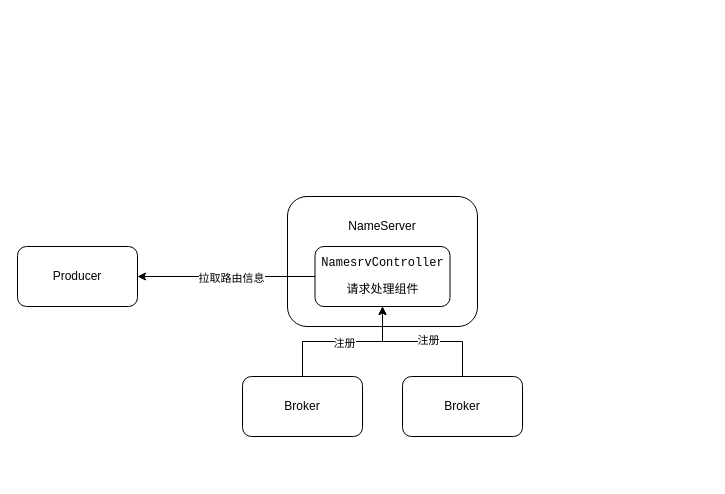
erlieStar/diagrams keeps this draw.io diagram as rocketmq/nameserver的作用.drawio. Above is the earlier version. Source tidied: cells renumbered, new cells numbered last; positions are measured from the earlier drawing's top-left corner, leaving out a move shared by most shapes. Both pictures are drawn from the tidied source at 100%, with x=0, y=0 at pixel (17, 196).
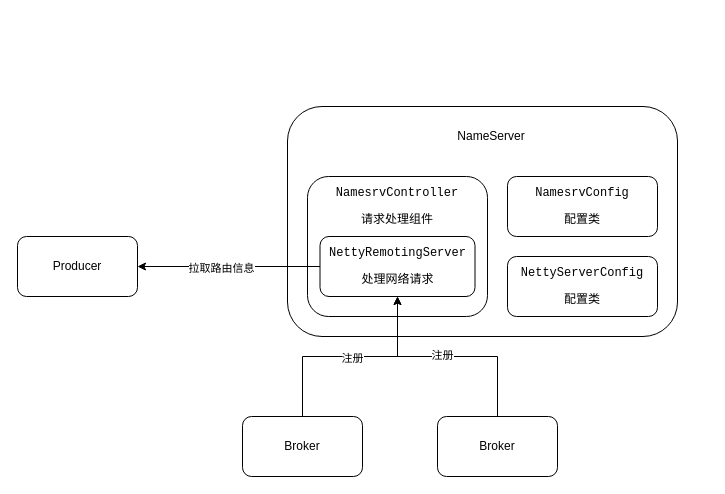
The same diagram, later.

Diff of the diagram source:
```diff
@@
 <mxGraphModel>
   <root>
     <mxCell id="0" />
     <mxCell id="1" parent="0" />
     <mxCell id="2" style="rounded=1;whiteSpace=wrap;html=1;" parent="1" vertex="1">
-      <mxGeometry x="270" width="190" height="130" as="geometry" />
+      <mxGeometry x="270" y="-90" width="390" height="230" as="geometry" />
     </mxCell>
     <mxCell id="3" value="NameServer" style="text;html=1;strokeColor=none;fillColor=none;align=center;verticalAlign=middle;whiteSpace=wrap;rounded=0;" parent="1" vertex="1">
-      <mxGeometry x="345" y="20" width="40" height="20" as="geometry" />
+      <mxGeometry x="454" y="-70" width="40" height="20" as="geometry" />
     </mxCell>
-    <mxCell id="4" style="edgeStyle=none;rounded=0;jettySize=auto;html=1;exitX=0;exitY=0.5;exitDx=0;exitDy=0;entryX=1;entryY=0.5;entryDx=0;entryDy=0;" parent="1" edge="1" source="6" target="13">
-      <mxGeometry relative="1" as="geometry" />
-    </mxCell>
-    <mxCell id="5" value="拉取路由信息" style="edgeLabel;html=1;align=center;verticalAlign=middle;" parent="4" vertex="1">
-      <mxGeometry x="-0.05" y="1" relative="1" as="geometry" />
-    </mxCell>
-    <mxCell id="6" value="&lt;pre&gt;NamesrvController&lt;/pre&gt;&lt;pre&gt;请求处理组件&lt;/pre&gt;" style="rounded=1;whiteSpace=wrap;html=1;" parent="1" vertex="1">
-      <mxGeometry x="297.5" y="50" width="135" height="60" as="geometry" />
+    <mxCell id="6" value="&lt;pre&gt;&lt;br&gt;&lt;/pre&gt;" style="rounded=1;whiteSpace=wrap;html=1;" parent="1" vertex="1">
+      <mxGeometry x="290" y="-20" width="180" height="140" as="geometry" />
     </mxCell>
-    <mxCell id="7" style="edgeStyle=orthogonalEdgeStyle;rounded=0;jettySize=auto;html=1;exitX=0.5;exitY=0;exitDx=0;exitDy=0;entryX=0.5;entryY=1;entryDx=0;entryDy=0;" parent="1" edge="1" source="9" target="6">
+    <mxCell id="7" style="edgeStyle=orthogonalEdgeStyle;rounded=0;jettySize=auto;html=1;exitX=0.5;exitY=0;exitDx=0;exitDy=0;entryX=0.5;entryY=1;entryDx=0;entryDy=0;" parent="1" edge="1" source="9" target="17">
       <mxGeometry relative="1" as="geometry" />
     </mxCell>
     <mxCell id="8" value="注册" style="edgeLabel;html=1;align=center;verticalAlign=middle;" parent="7" vertex="1">
       <mxGeometry x="0.01" y="-1" relative="1" as="geometry" />
     </mxCell>
     <mxCell id="9" value="Broker" style="rounded=1;whiteSpace=wrap;html=1;" parent="1" vertex="1">
-      <mxGeometry x="225" y="180" width="120" height="60" as="geometry" />
+      <mxGeometry x="225" y="220" width="120" height="60" as="geometry" />
     </mxCell>
-    <mxCell id="10" style="edgeStyle=orthogonalEdgeStyle;rounded=0;jettySize=auto;html=1;exitX=0.5;exitY=0;exitDx=0;exitDy=0;entryX=0.5;entryY=1;entryDx=0;entryDy=0;" parent="1" edge="1" source="12" target="6">
-      <mxGeometry relative="1" as="geometry" />
-    </mxCell>
+    <mxCell id="14" style="edgeStyle=orthogonalEdgeStyle;rounded=0;jettySize=auto;html=1;exitX=0.5;exitY=0;exitDx=0;exitDy=0;entryX=0.5;entryY=1;entryDx=0;entryDy=0;" parent="1" edge="1" source="12" target="17">
+      <mxGeometry relative="1" as="geometry" />
+    </mxCell>
-    <mxCell id="11" value="注册" style="edgeLabel;html=1;align=center;verticalAlign=middle;" parent="10" vertex="1">
-      <mxGeometry x="-0.07" y="-2" relative="1" as="geometry" />
+    <mxCell id="11" value="注册" style="edgeLabel;html=1;align=center;verticalAlign=middle;" parent="14" vertex="1">
+      <mxGeometry x="0.05" y="-2" relative="1" as="geometry" />
     </mxCell>
     <mxCell id="12" value="Broker" style="rounded=1;whiteSpace=wrap;html=1;" parent="1" vertex="1">
-      <mxGeometry x="385" y="180" width="120" height="60" as="geometry" />
+      <mxGeometry x="420" y="220" width="120" height="60" as="geometry" />
     </mxCell>
     <mxCell id="13" value="Producer" style="rounded=1;whiteSpace=wrap;html=1;" parent="1" vertex="1">
-      <mxGeometry y="50" width="120" height="60" as="geometry" />
+      <mxGeometry y="40" width="120" height="60" as="geometry" />
     </mxCell>
+    <mxCell id="15" value="&lt;pre&gt;NamesrvController&lt;/pre&gt;&lt;pre&gt;请求处理组件&lt;/pre&gt;" style="text;html=1;strokeColor=none;fillColor=none;align=center;verticalAlign=middle;whiteSpace=wrap;rounded=0;" parent="1" vertex="1">
+      <mxGeometry x="360" width="40" height="20" as="geometry" />
+    </mxCell>
+    <mxCell id="16" style="edgeStyle=orthogonalEdgeStyle;rounded=0;jettySize=auto;html=1;exitX=0;exitY=0.5;exitDx=0;exitDy=0;entryX=1;entryY=0.5;entryDx=0;entryDy=0;" parent="1" edge="1" source="17" target="13">
+      <mxGeometry relative="1" as="geometry" />
+    </mxCell>
+    <mxCell id="5" value="拉取路由信息" style="edgeLabel;html=1;align=center;verticalAlign=middle;" parent="16" vertex="1">
+      <mxGeometry x="0.09" y="1" relative="1" as="geometry" />
+    </mxCell>
+    <mxCell id="17" value="&lt;pre&gt;NettyRemotingServer&lt;/pre&gt;&lt;pre&gt;处理网络请求&lt;/pre&gt;" style="rounded=1;whiteSpace=wrap;html=1;" parent="1" vertex="1">
+      <mxGeometry x="302.5" y="40" width="155" height="60" as="geometry" />
+    </mxCell>
+    <mxCell id="18" value="&lt;pre&gt;&lt;br&gt;&lt;/pre&gt;" style="text;html=1;strokeColor=none;fillColor=none;align=center;verticalAlign=middle;whiteSpace=wrap;rounded=0;" parent="1" vertex="1">
+      <mxGeometry x="650" y="-170" width="40" height="20" as="geometry" />
+    </mxCell>
+    <mxCell id="19" value="&lt;pre&gt;NamesrvConfig&lt;/pre&gt;&lt;pre&gt;配置类&lt;/pre&gt;" style="rounded=1;whiteSpace=wrap;html=1;" parent="1" vertex="1">
+      <mxGeometry x="490" y="-20" width="150" height="60" as="geometry" />
+    </mxCell>
+    <mxCell id="20" value="&lt;pre&gt;&lt;pre&gt;NettyServerConfig&lt;/pre&gt;&lt;pre&gt;配置类&lt;/pre&gt;&lt;/pre&gt;" style="rounded=1;whiteSpace=wrap;html=1;" parent="1" vertex="1">
+      <mxGeometry x="490" y="60" width="150" height="60" as="geometry" />
+    </mxCell>
   </root>
 </mxGraphModel>
```
